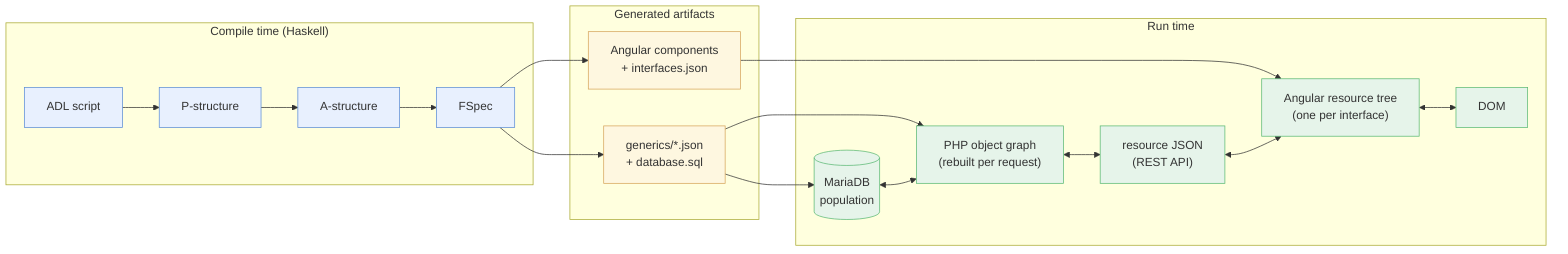
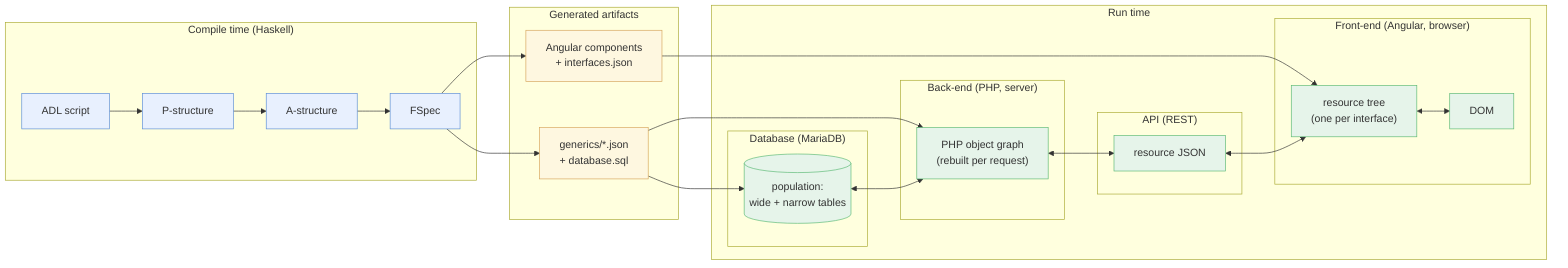
graph LR
  subgraph compile ["Compile time (Haskell)"]
    ADL["ADL script"] --> PS["P-structure"] --> AS["A-structure"] --> FS["FSpec"]
  end
  subgraph artifacts ["Generated artifacts"]
    GJ["generics/*.json<br/>+ database.sql"]
    NG["Angular components<br/>+ interfaces.json"]
  end
  subgraph runtime ["Run time"]
-     DB[("MariaDB<br/>population")]
-     PHP["PHP object graph<br/>(rebuilt per request)"]
-     API["resource JSON<br/>(REST API)"]
-     TREE["Angular resource tree<br/>(one per interface)"]
-     DOM["DOM"]
+     subgraph db ["Database (MariaDB)"]
+       DB[("population:<br/>wide + narrow tables")]
+     end
+     subgraph backend ["Back-end (PHP, server)"]
+       PHP["PHP object graph<br/>(rebuilt per request)"]
+     end
+     subgraph api ["API (REST)"]
+       API["resource JSON"]
+     end
+     subgraph frontend ["Front-end (Angular, browser)"]
+       TREE["resource tree<br/>(one per interface)"]
+       DOM["DOM"]
+     end
  end
  FS --> GJ
  FS --> NG
  GJ --> DB
  GJ --> PHP
  NG --> TREE
  DB <--> PHP
  PHP <--> API
  API <--> TREE
  TREE <--> DOM
  classDef ct fill:#e8f0fe,stroke:#5b8dd6
  classDef gen fill:#fef7e0,stroke:#d6a55b
  classDef rt fill:#e6f4ea,stroke:#5bb974
  class ADL,PS,AS,FS ct
  class GJ,NG gen
  class DB,PHP,API,TREE,DOM rt
